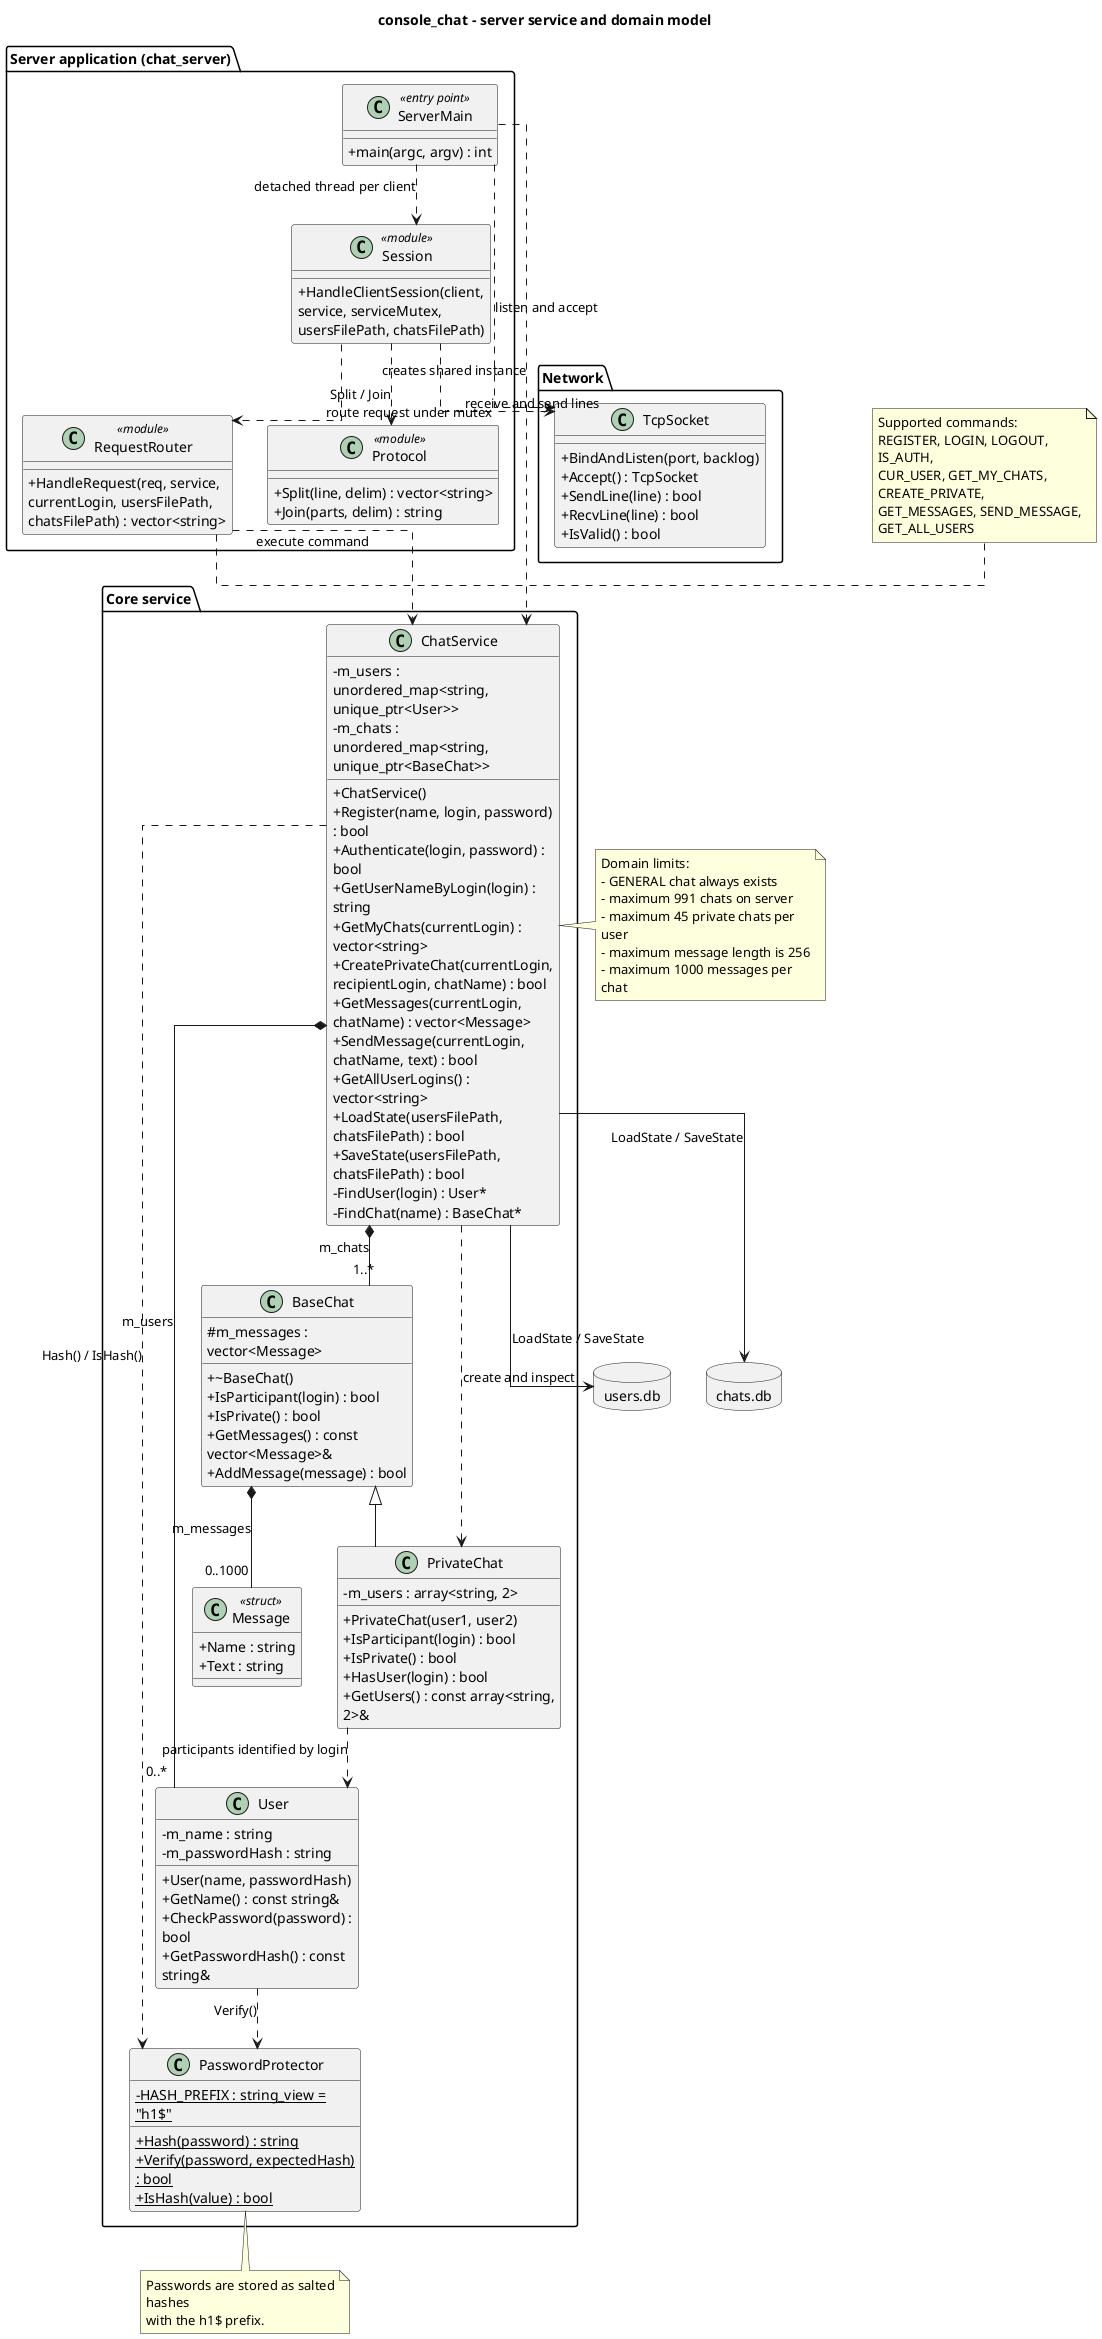
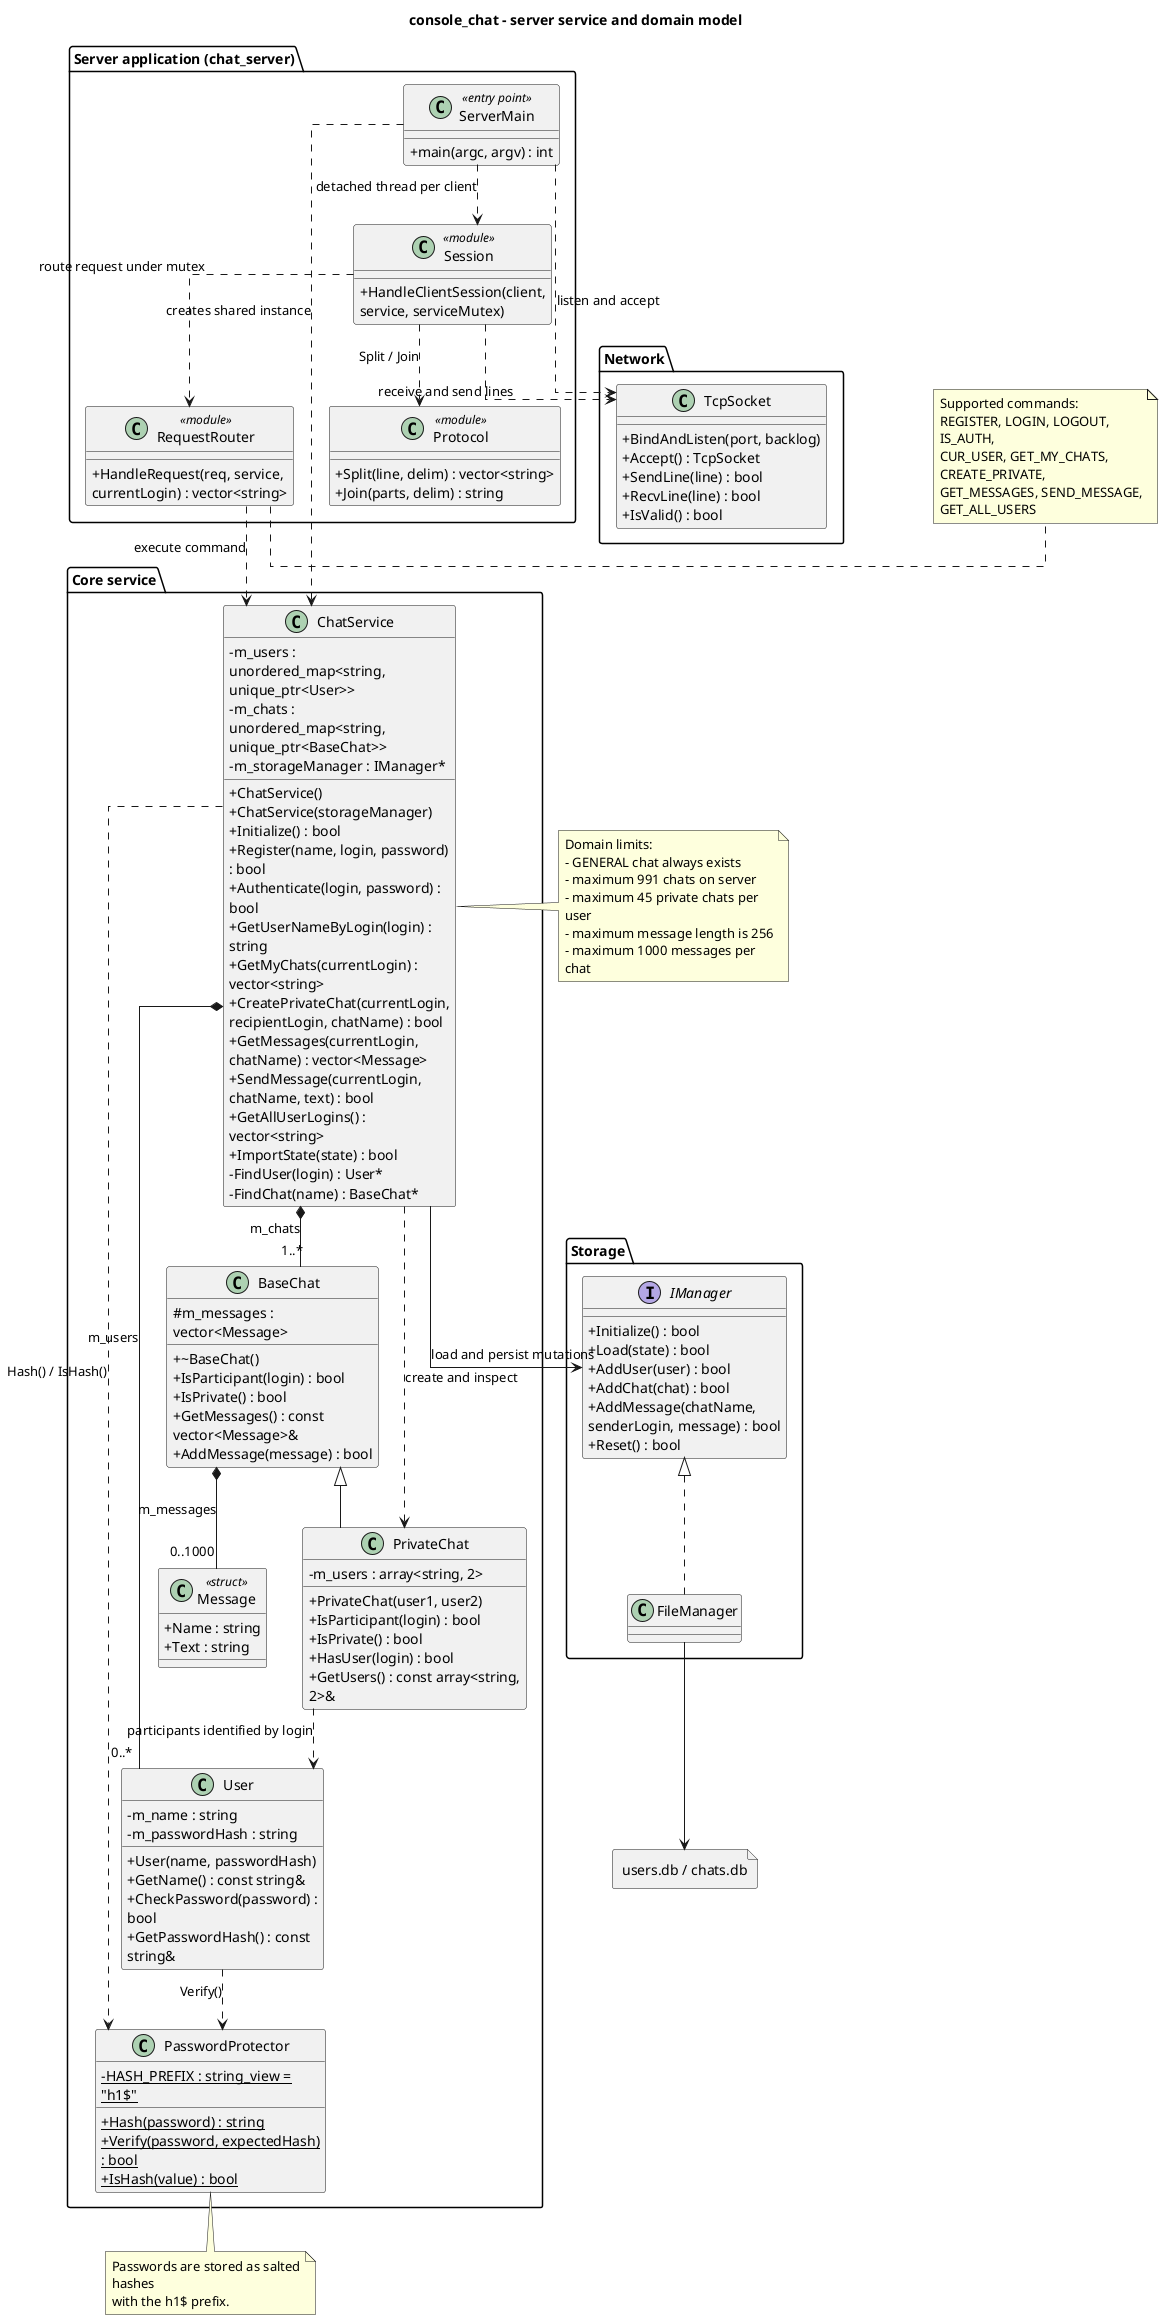
@startuml console_chat_service
allowmixing
title console_chat - server service and domain model

skinparam classAttributeIconSize 0
skinparam shadowing false
skinparam linetype ortho
skinparam wrapWidth 220

package "Server application (chat_server)" {
  class ServerMain <<entry point>> {
    +main(argc, argv) : int
  }

  class Session <<module>> {
-     +HandleClientSession(client, service, serviceMutex, usersFilePath, chatsFilePath)
+     +HandleClientSession(client, service, serviceMutex)
  }

  class RequestRouter <<module>> {
-     +HandleRequest(req, service, currentLogin, usersFilePath, chatsFilePath) : vector<string>
+     +HandleRequest(req, service, currentLogin) : vector<string>
  }

  class Protocol <<module>> {
    +Split(line, delim) : vector<string>
    +Join(parts, delim) : string
  }
}

package "Core service" {
  class ChatService {
    +ChatService()
+     +ChatService(storageManager)
+     +Initialize() : bool
    +Register(name, login, password) : bool
    +Authenticate(login, password) : bool
    +GetUserNameByLogin(login) : string
    +GetMyChats(currentLogin) : vector<string>
    +CreatePrivateChat(currentLogin, recipientLogin, chatName) : bool
    +GetMessages(currentLogin, chatName) : vector<Message>
    +SendMessage(currentLogin, chatName, text) : bool
    +GetAllUserLogins() : vector<string>
-     +LoadState(usersFilePath, chatsFilePath) : bool
-     +SaveState(usersFilePath, chatsFilePath) : bool
+     +ImportState(state) : bool
    -FindUser(login) : User*
    -FindChat(name) : BaseChat*
    -m_users : unordered_map<string, unique_ptr<User>>
    -m_chats : unordered_map<string, unique_ptr<BaseChat>>
+     -m_storageManager : IManager*
  }

  class User {
    +User(name, passwordHash)
    +GetName() : const string&
    +CheckPassword(password) : bool
    +GetPasswordHash() : const string&
    -m_name : string
    -m_passwordHash : string
  }

  class PasswordProtector {
    +{static} Hash(password) : string
    +{static} Verify(password, expectedHash) : bool
    +{static} IsHash(value) : bool
    -{static} HASH_PREFIX : string_view = "h1$"
  }

  class BaseChat {
    +~BaseChat()
    +IsParticipant(login) : bool
    +IsPrivate() : bool
    +GetMessages() : const vector<Message>&
    +AddMessage(message) : bool
    #m_messages : vector<Message>
  }

  class PrivateChat {
    +PrivateChat(user1, user2)
    +IsParticipant(login) : bool
    +IsPrivate() : bool
    +HasUser(login) : bool
    +GetUsers() : const array<string, 2>&
    -m_users : array<string, 2>
  }

  class Message <<struct>> {
    +Name : string
    +Text : string
  }
}

+ package "Storage" {
+   interface IManager {
+     +Initialize() : bool
+     +Load(state) : bool
+     +AddUser(user) : bool
+     +AddChat(chat) : bool
+     +AddMessage(chatName, senderLogin, message) : bool
+     +Reset() : bool
+   }
+ 
+   class FileManager
+ }
+ 
package "Network" {
  class TcpSocket {
    +BindAndListen(port, backlog)
    +Accept() : TcpSocket
    +SendLine(line) : bool
    +RecvLine(line) : bool
    +IsValid() : bool
  }
}

- database "users.db" as UsersDb
- database "chats.db" as ChatsDb
+ file "users.db / chats.db" as StateFiles

ServerMain ..> ChatService : creates shared instance
ServerMain ..> TcpSocket : listen and accept
ServerMain ..> Session : detached thread per client
Session ..> TcpSocket : receive and send lines
Session ..> Protocol : Split / Join
Session ..> RequestRouter : route request under mutex
RequestRouter ..> ChatService : execute command
+ ChatService --> IManager : load and persist mutations
+ IManager <|.. FileManager
+ FileManager --> StateFiles

ChatService *-- "0..*" User : m_users
ChatService *-- "1..*" BaseChat : m_chats
BaseChat *-- "0..1000" Message : m_messages
BaseChat <|-- PrivateChat
PrivateChat ..> User : participants identified by login
User ..> PasswordProtector : Verify()
ChatService ..> PasswordProtector : Hash() / IsHash()
ChatService ..> PrivateChat : create and inspect
- ChatService --> UsersDb : LoadState / SaveState
- ChatService --> ChatsDb : LoadState / SaveState

note right of RequestRouter
  Supported commands:
  REGISTER, LOGIN, LOGOUT, IS_AUTH,
  CUR_USER, GET_MY_CHATS, CREATE_PRIVATE,
  GET_MESSAGES, SEND_MESSAGE, GET_ALL_USERS
end note

note right of ChatService
  Domain limits:
  - GENERAL chat always exists
  - maximum 991 chats on server
  - maximum 45 private chats per user
  - maximum message length is 256
  - maximum 1000 messages per chat
end note

note bottom of PasswordProtector
  Passwords are stored as salted hashes
  with the h1$ prefix.
end note

@enduml

@startuml console_chat_service_request
title console_chat - service request processing

skinparam shadowing false
skinparam sequenceMessageAlign center
skinparam wrapWidth 220

participant "TcpSocket" as Socket
participant "HandleClientSession" as Session
participant "Protocol" as Protocol
participant "HandleRequest" as Router
participant "ChatService" as Service
participant "BaseChat / PrivateChat" as Chat
database "users.db / chats.db" as State

Socket -> Session : RecvLine(request)
Session -> Protocol : Split(request, TAB)
Protocol --> Session : request parts

group shared service mutex locked
-   Session -> Router : HandleRequest(parts, service, currentLogin, paths)
+   Session -> Router : HandleRequest(parts, service, currentLogin)
  Router -> Service : call command method
  Service -> Service : validate user, arguments and limits

  opt chat command
    Service -> Chat : participant check or message operation
    Chat --> Service : result
  end

-   opt successful mutation
-     Router -> Service : SaveState(paths)
-     Service -> State : rewrite users and chats
+   opt registration, chat creation or message send
+     Service -> State : AddUser / AddChat / AddMessage
    State --> Service : write result
+     Service -> Service : update memory after success
  end

  Service --> Router : operation result
  Router --> Session : OK data or ERR description
end

Session -> Protocol : Join(response, TAB)
Protocol --> Session : response line
Session -> Socket : SendLine(response)

@enduml
